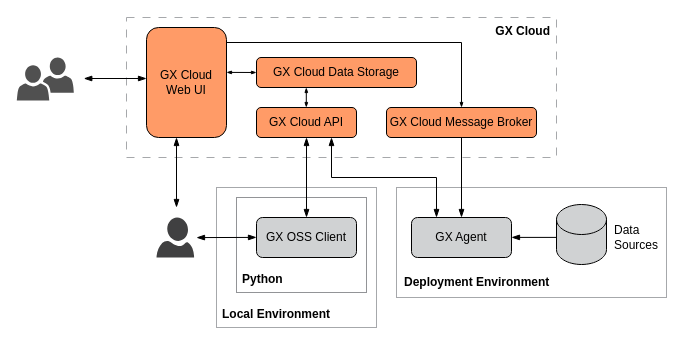
Above: page "org-hosted" (3 of 5) of docs/docusaurus/docs/cloud/architecture_deployment_images/gx_cloud_architecture_and_deployment_diagrams.drawio in great-expectations/great_expectations (draw.io), before the change. Source tidied: cells renumbered, new cells numbered last; positions are measured from the earlier drawing's top-left corner, leaving out a move shared by most shapes. Both pictures are drawn from the tidied source at 100%, with x=0, y=0 at pixel (16, 17).
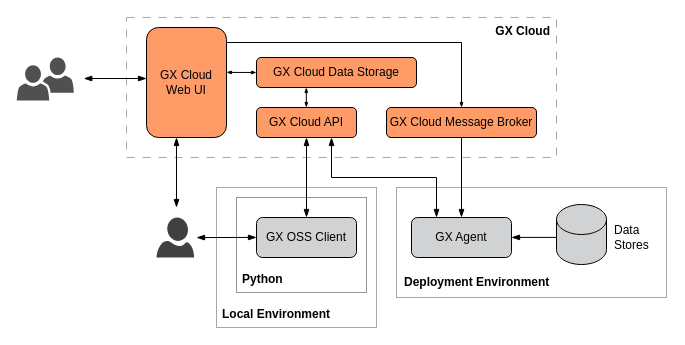
The same page after the edit.

What changed in the source:
```diff
@@
-    <mxCell id="10" value="Data Sources" style="text;html=1;strokeColor=none;fillColor=none;align=left;verticalAlign=middle;whiteSpace=wrap;rounded=0;" parent="1" vertex="1">
+    <mxCell id="10" value="Data Stores" style="text;html=1;strokeColor=none;fillColor=none;align=left;verticalAlign=middle;whiteSpace=wrap;rounded=0;" parent="1" vertex="1">
       <mxGeometry x="596" y="205" width="52.5" height="30" as="geometry" />
     </mxCell>
```
